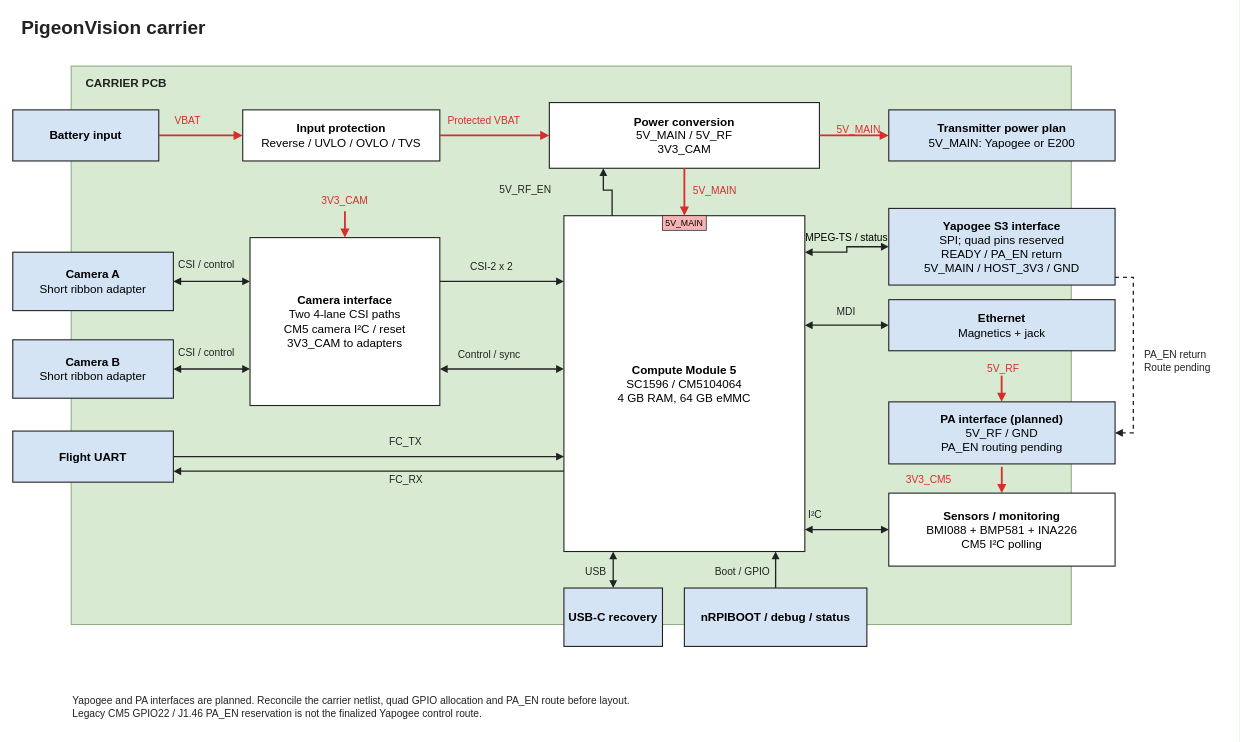
This is hardware/carrier/block-diagram.drawio from stanford-ssi/PigeonVision, a draw.io file, before an edit. Source tidied: cells renumbered, new cells numbered last; positions are measured from the earlier drawing's top-left corner, leaving out a move shared by most shapes. Both pictures are drawn from the tidied source at 73%, with x=0, y=0 at pixel (12, 12).
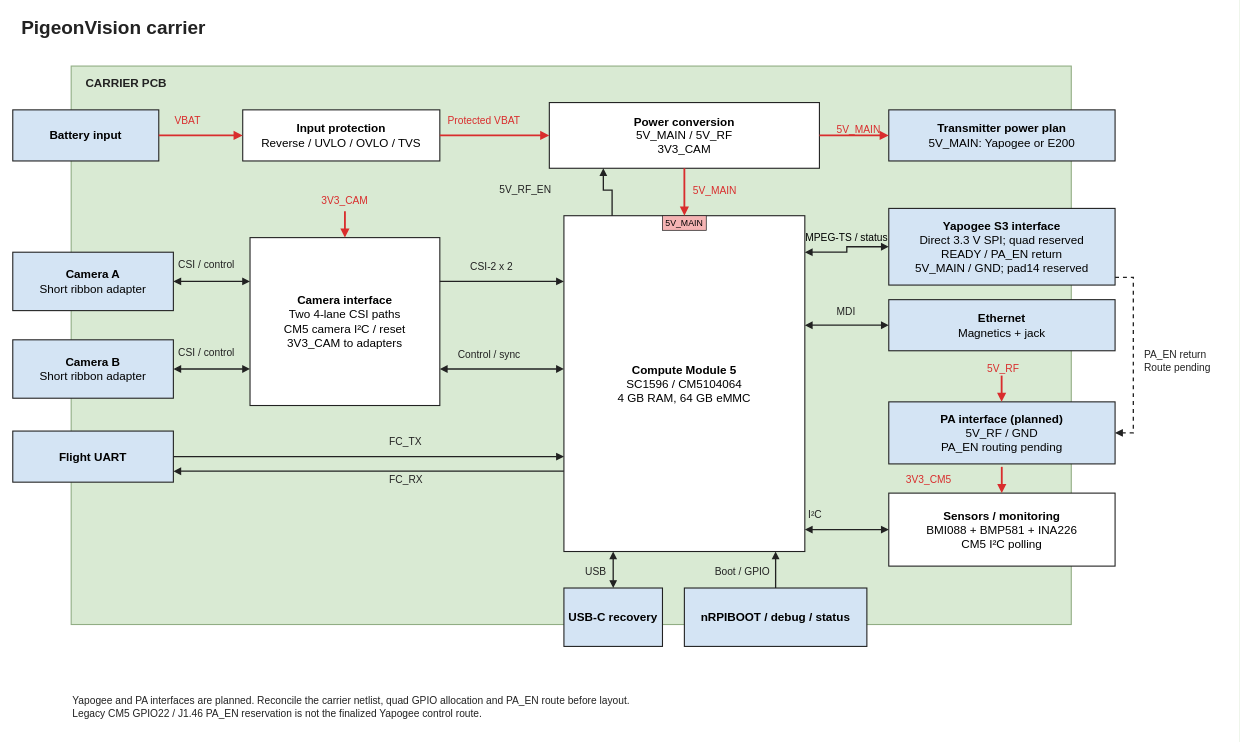
Above is the later version.

Change to the diagram source:
```diff
@@
-    <mxCell id="56" value="&lt;b&gt;Yapogee S3 interface&lt;/b&gt;&lt;br&gt;SPI; quad pins reserved&lt;br&gt;READY / PA_EN return&lt;br&gt;5V_MAIN / HOST_3V3 / GND" style="rounded=0;whiteSpace=wrap;html=1;fontFamily=Arial;fillColor=#d4e4f4;strokeColor=#222222;strokeWidth=1.5;align=center;verticalAlign=middle;fontSize=16;spacing=5;" parent="1" vertex="1">
+    <mxCell id="56" value="&lt;b&gt;Yapogee S3 interface&lt;/b&gt;&lt;br&gt;Direct 3.3 V SPI; quad reserved&lt;br&gt;READY / PA_EN return&lt;br&gt;5V_MAIN / GND; pad14 reserved" style="rounded=0;whiteSpace=wrap;html=1;fontFamily=Arial;fillColor=#d4e4f4;strokeColor=#222222;strokeWidth=1.5;align=center;verticalAlign=middle;fontSize=16;spacing=5;" parent="1" vertex="1">
       <mxGeometry x="1200" y="268" width="310" height="105" as="geometry" />
     </mxCell>
```
